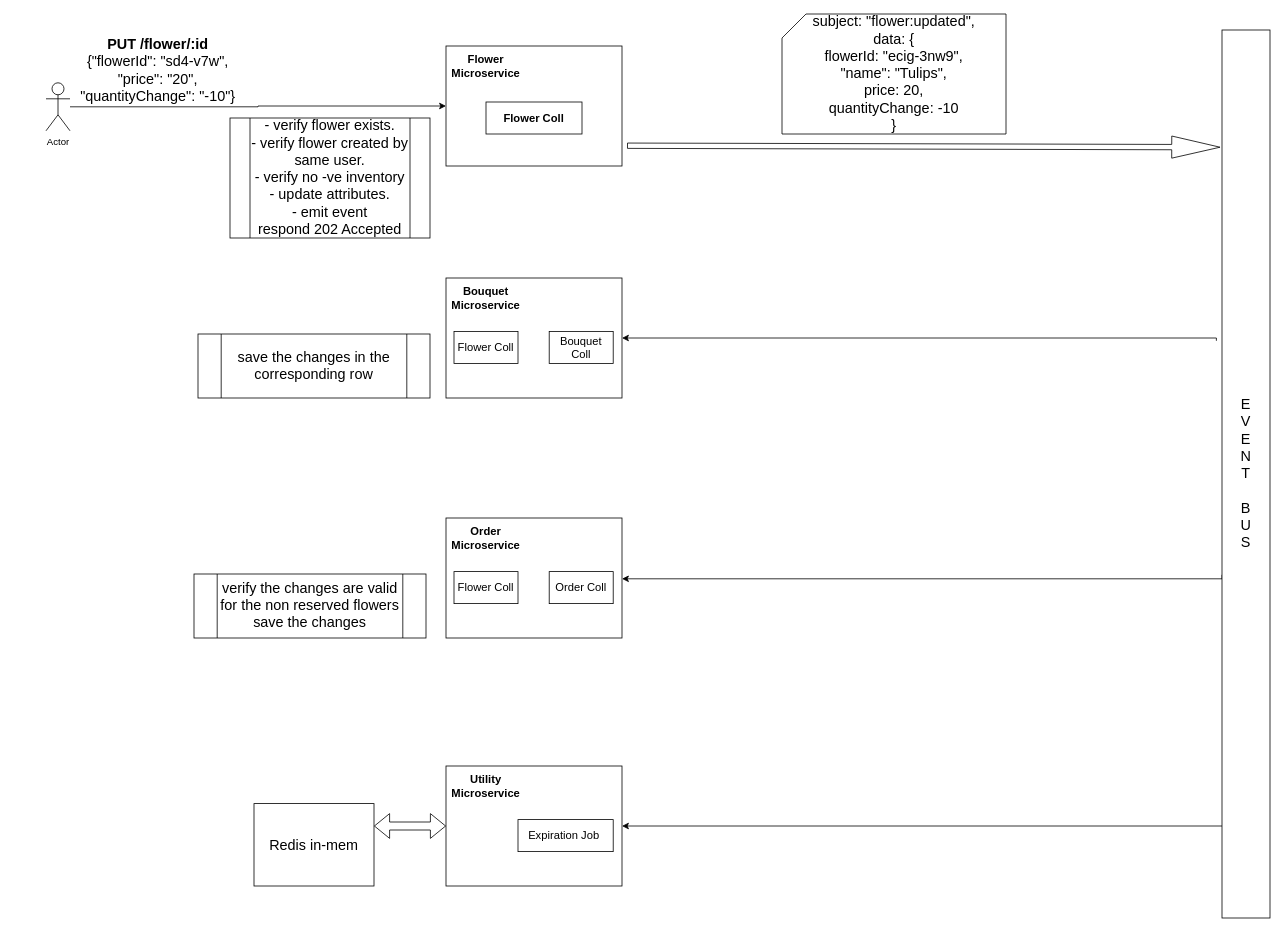
piyusheklavya777/flowerbouquet keeps this draw.io diagram as documentation/events/flower/update.drawio. Above is the earlier version. Source tidied: cells renumbered, new cells numbered last; positions are measured from the earlier drawing's top-left corner, leaving out a move shared by most shapes. Both pictures are drawn from the tidied source at 80%, with x=0, y=0 at pixel (14, 14).
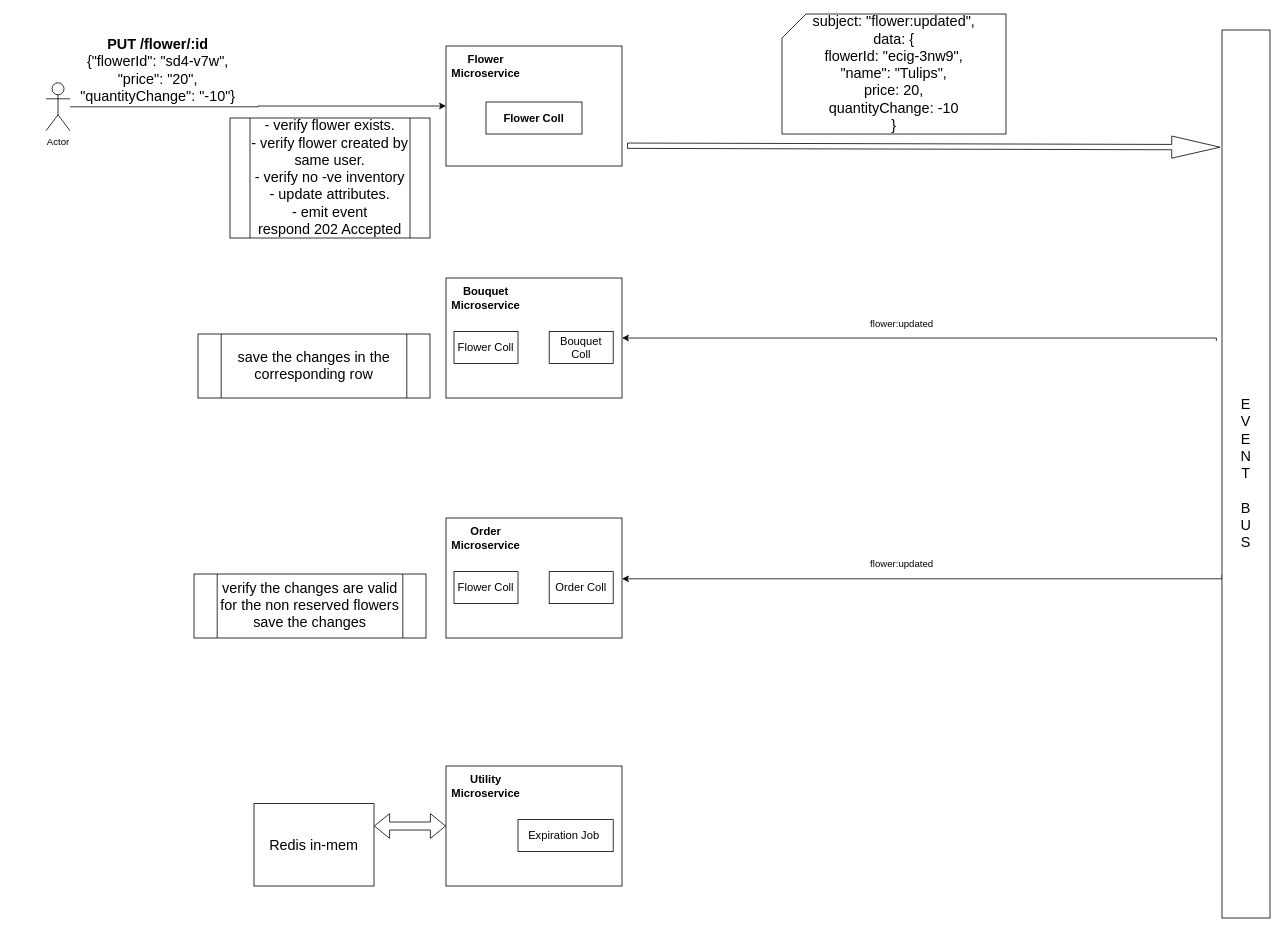
The same diagram, later.

The change refers to these unchanged cells:
```xml
<mxCell id="15" style="rounded=0;whiteSpace=wrap;html=1;align=center;" parent="1" vertex="1">
  <mxGeometry x="540" y="940" width="220" height="150" as="geometry" />
</mxCell>
<mxCell id="21" value="&lt;font style=&quot;font-size: 18px;&quot;&gt;E&lt;br&gt;V&lt;br&gt;E&lt;br&gt;N&lt;br&gt;T&lt;br&gt;&lt;br&gt;B&lt;br&gt;U&lt;br&gt;S&lt;/font&gt;" style="rounded=0;whiteSpace=wrap;html=1;" parent="1" vertex="1">
  <mxGeometry x="1510" y="20" width="60" height="1110" as="geometry" />
</mxCell>
```

What changed in the source:
```diff
@@
-    <mxCell id="20" style="edgeStyle=orthogonalEdgeStyle;rounded=0;jettySize=auto;html=1;entryX=1;entryY=0.5;entryDx=0;entryDy=0;fontSize=18;" parent="1" edge="1" source="21" target="15">
-      <mxGeometry relative="1" as="geometry">
-        <Array as="points">
-          <mxPoint x="1330" y="1015" />
-          <mxPoint x="1330" y="1015" />
-        </Array>
-      </mxGeometry>
-    </mxCell>
@@
+    <mxCell id="30" value="flower:updated" style="text;html=1;strokeColor=none;fillColor=none;align=center;verticalAlign=middle;whiteSpace=wrap;rounded=0;" parent="1" vertex="1">
+      <mxGeometry x="1080" y="373" width="60" height="30" as="geometry" />
+    </mxCell>
+    <mxCell id="31" value="flower:updated" style="text;html=1;strokeColor=none;fillColor=none;align=center;verticalAlign=middle;whiteSpace=wrap;rounded=0;" parent="1" vertex="1">
+      <mxGeometry x="1080" y="673" width="60" height="30" as="geometry" />
+    </mxCell>
```
